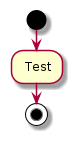
This is out/arduino_uno_sensor_calibration/setup_uml/arduino_uno_sensor_calibration_setup.png from net-attack/Arduino-based-Quadcopter, a PlantUML export, as it was before one commit. The source it was exported from:
```plantuml
@startuml arduino_uno_sensor_calibration_setup
start
: Test;
stop
@enduml
```
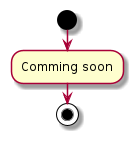
After the change.

Diff of the diagram source:
```diff
@@ -1,5 +1,5 @@
 @startuml arduino_uno_sensor_calibration_setup
 start
-: Test;
+:Comming soon;
 stop
 @enduml
```
